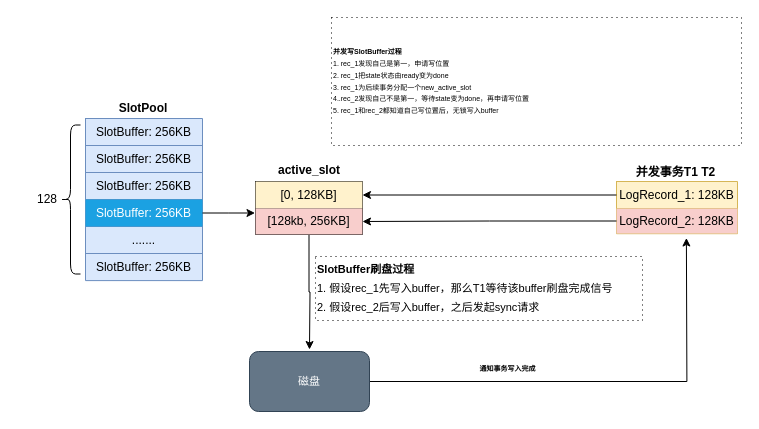
Earlier version of the draw.io diagram Wiredtiger_并发提交.drawio (TimerIzaya/TimerBlogPic). Source tidied: cells renumbered, new cells numbered last; positions are measured from the earlier drawing's top-left corner, leaving out a move shared by most shapes. Both pictures are drawn from the tidied source at 100%, with x=0, y=0 at pixel (17, 17).
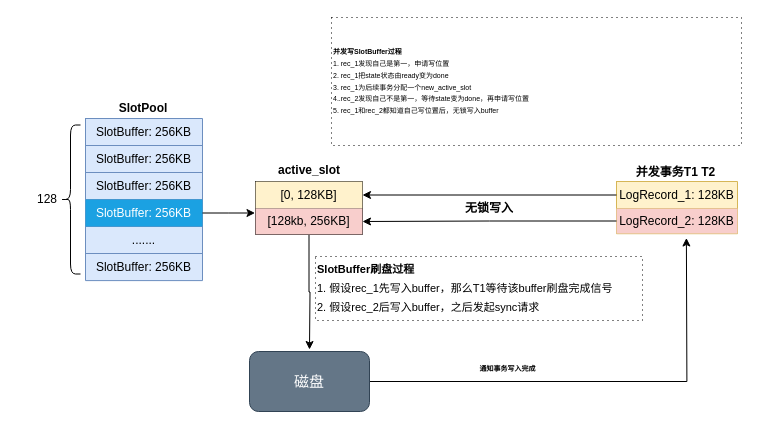
The same page after the edit.

Commit message:
更新Wiredtiger_并发提交.drawio

What changed in the source:
```diff
@@
-    <mxCell id="35" value="磁盘" style="rounded=1;whiteSpace=wrap;html=1;labelBackgroundColor=none;labelBorderColor=none;fontSize=11;strokeColor=#314354;fillColor=#647687;fontColor=#ffffff;" parent="1" vertex="1">
+    <mxCell id="35" value="&lt;font style=&quot;font-size: 15px;&quot;&gt;磁盘&lt;/font&gt;" style="rounded=1;whiteSpace=wrap;html=1;labelBackgroundColor=none;labelBorderColor=none;fontSize=11;strokeColor=#314354;fillColor=#647687;fontColor=#ffffff;" parent="1" vertex="1">
       <mxGeometry x="232" y="334" width="120" height="60" as="geometry" />
     </mxCell>
@@
+    <mxCell id="39" value="无锁写入" style="text;html=1;strokeColor=none;fillColor=none;align=center;verticalAlign=middle;whiteSpace=wrap;rounded=0;fontStyle=1;" parent="1" vertex="1">
+      <mxGeometry x="442" y="175.5" width="60" height="30" as="geometry" />
+    </mxCell>
```
